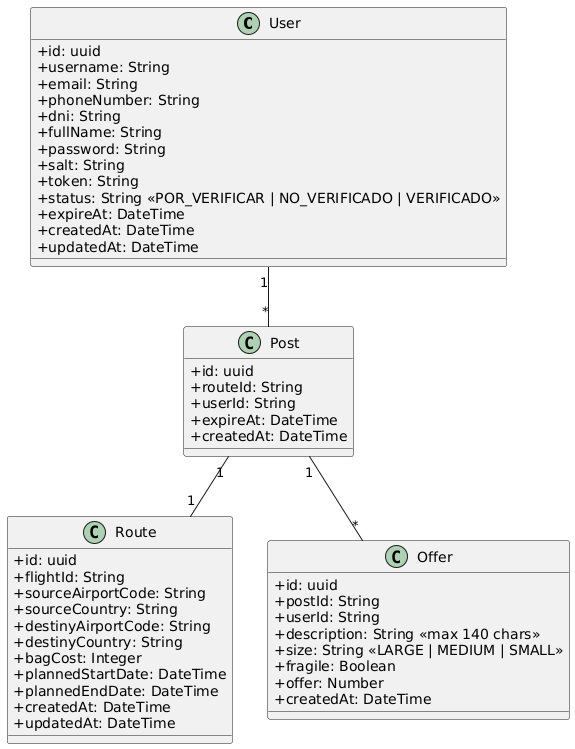
Earlier version of the PlantUML export docs/diagrams/entities.png (EstebanCardenas/MISW4301---Cloud-Native).
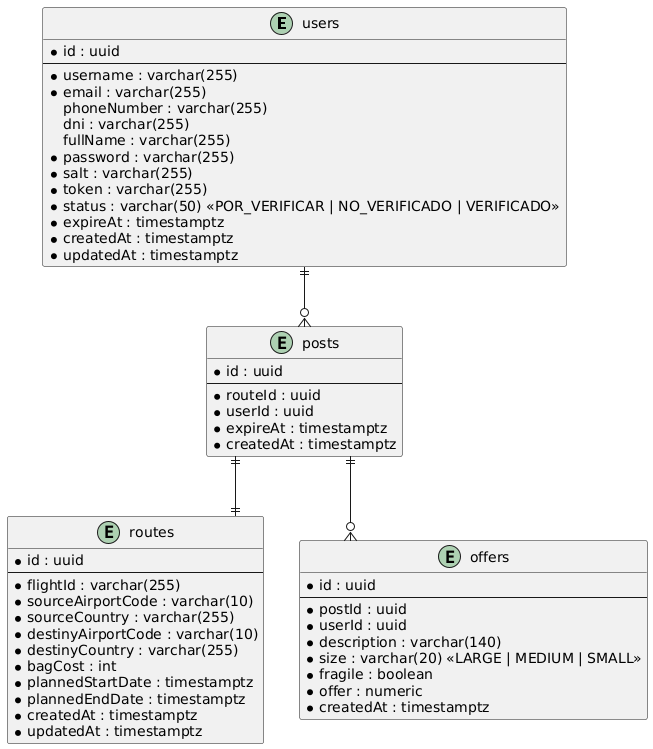
Above is the later version.

Commit message:
Entities diagram (#23)

Diff of the diagram source:
```diff
@@ -1,59 +1,63 @@
 @startuml
-skinparam classAttributeIconSize 0
 
+skinparam linetype polyline
+skinparam linetype ortho
 
-class User {
-    +id: uuid
-    +username: String
-    +email: String
-    +phoneNumber: String
-    +dni: String
-    +fullName: String
-    +password: String
-    +salt: String
-    +token: String
-    +status: String <<POR_VERIFICAR | NO_VERIFICADO | VERIFICADO>>
-    +expireAt: DateTime
-    +createdAt: DateTime
-    +updatedAt: DateTime
+entity "users" as users {
+    * id : uuid
+    --
+    * username : varchar(255)
+    * email : varchar(255)
+    phoneNumber : varchar(255)
+    dni : varchar(255)
+    fullName : varchar(255)
+    * password : varchar(255)
+    * salt : varchar(255)
+    * token : varchar(255)
+    * status : varchar(50) <<POR_VERIFICAR | NO_VERIFICADO | VERIFICADO>>
+    * expireAt : timestamptz
+    * createdAt : timestamptz
+    * updatedAt : timestamptz
 }
 
-class Route {
-    +id: uuid
-    +flightId: String
-    +sourceAirportCode: String
-    +sourceCountry: String
-    +destinyAirportCode: String
-    +destinyCountry: String
-    +bagCost: Integer
-    +plannedStartDate: DateTime
-    +plannedEndDate: DateTime
-    +createdAt: DateTime
-    +updatedAt: DateTime
+entity "routes" as routes {
+    * id : uuid
+    --
+    * flightId : varchar(255)
+    * sourceAirportCode : varchar(10)
+    * sourceCountry : varchar(255)
+    * destinyAirportCode : varchar(10)
+    * destinyCountry : varchar(255)
+    * bagCost : int
+    * plannedStartDate : timestamptz
+    * plannedEndDate : timestamptz
+    * createdAt : timestamptz
+    * updatedAt : timestamptz
 }
 
-class Post {
-    +id: uuid
-    +routeId: String
-    +userId: String
-    +expireAt: DateTime
-    +createdAt: DateTime
+entity "posts" as posts {
+    * id : uuid
+    --
+    * routeId : uuid
+    * userId : uuid
+    * expireAt : timestamptz
+    * createdAt : timestamptz
 }
 
-class Offer {
-    +id: uuid
-    +postId: String
-    +userId: String
-    +description: String <<max 140 chars>>
-    +size: String <<LARGE | MEDIUM | SMALL>>
-    +fragile: Boolean
-    +offer: Number
-    +createdAt: DateTime
+entity "offers" as offers {
+    * id : uuid
+    --
+    * postId : uuid
+    * userId : uuid
+    * description : varchar(140)
+    * size : varchar(20) <<LARGE | MEDIUM | SMALL>>
+    * fragile : boolean
+    * offer : numeric
+    * createdAt : timestamptz
 }
 
-
-User "1" -- "*" Post
-Post "1" -- "1" Route
-Post "1" -- "*" Offer
+users ||--o{ posts
+posts ||--|| routes
+posts ||--o{ offers
 
 @enduml
```
